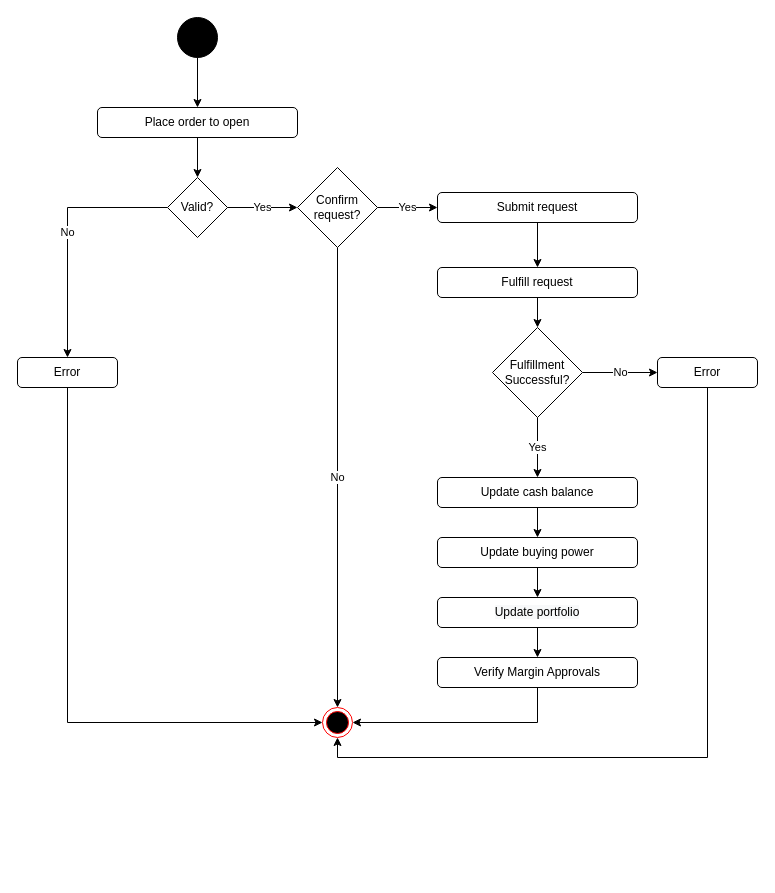
Above: UC2:OpenPosition.drawio in dgboulger/SpoofTraderMarket (draw.io), before the change. Source tidied: cells renumbered, new cells numbered last; positions are measured from the earlier drawing's top-left corner, leaving out a move shared by most shapes. Both pictures are drawn from the tidied source at 100%, with x=0, y=0 at pixel (17, 17).
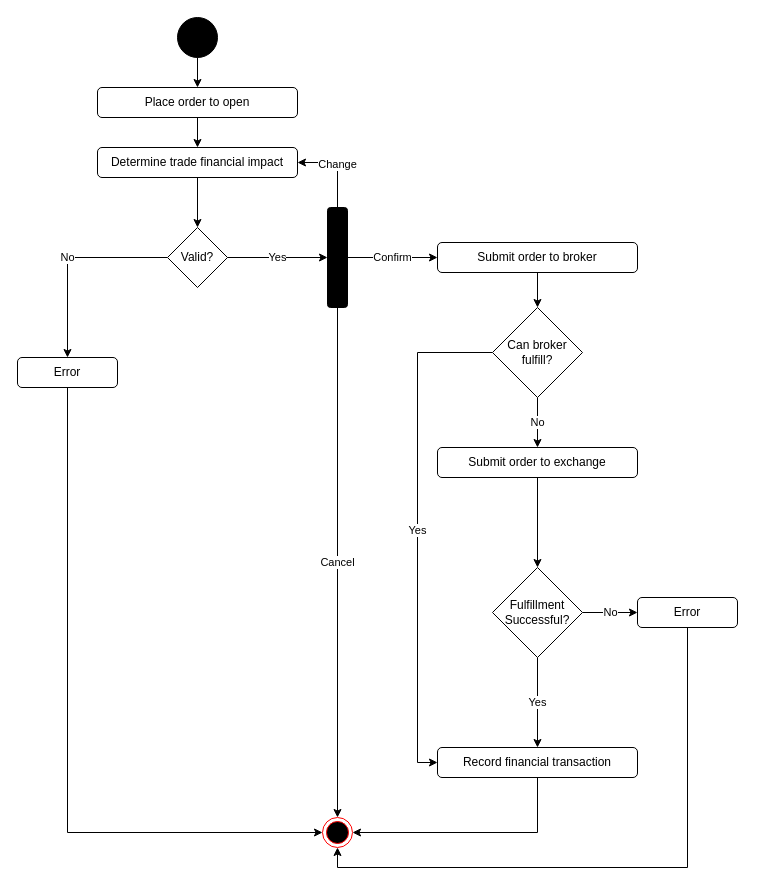
Above is the later version.

Unchanged cells that the change refers to:
```xml
<mxCell id="11" value="Error" style="rounded=1;whiteSpace=wrap;html=1;fillColor=#FFFFFF;" parent="1" vertex="1">
  <mxGeometry y="340" width="100" height="30" as="geometry" />
</mxCell>
```

Diff of the diagram source:
```diff
@@
-    <mxCell id="4" style="edgeStyle=orthogonalEdgeStyle;rounded=0;jettySize=auto;html=1;" parent="1" edge="1" source="5" target="7">
+    <mxCell id="4" style="edgeStyle=orthogonalEdgeStyle;rounded=0;jettySize=auto;html=1;entryX=0.5;entryY=0;entryDx=0;entryDy=0;" parent="1" edge="1" source="5" target="34">
       <mxGeometry relative="1" as="geometry" />
     </mxCell>
     <mxCell id="5" value="Place order to open" style="rounded=1;whiteSpace=wrap;html=1;fillColor=#FFFFFF;" parent="1" vertex="1">
-      <mxGeometry x="80" y="90" width="200" height="30" as="geometry" />
+      <mxGeometry x="80" y="70" width="200" height="30" as="geometry" />
     </mxCell>
@@
     <mxCell id="7" value="Valid?" style="rhombus;whiteSpace=wrap;html=1;fillColor=#FFFFFF;" parent="1" vertex="1">
-      <mxGeometry x="150" y="160" width="60" height="60" as="geometry" />
+      <mxGeometry x="150" y="210" width="60" height="60" as="geometry" />
     </mxCell>
-    <mxCell id="8" style="edgeStyle=orthogonalEdgeStyle;rounded=0;jettySize=auto;html=1;entryX=0.5;entryY=0;entryDx=0;entryDy=0;" parent="1" edge="1" source="14" target="17">
+    <mxCell id="8" style="edgeStyle=orthogonalEdgeStyle;rounded=0;jettySize=auto;html=1;entryX=1;entryY=0.5;entryDx=0;entryDy=0;exitX=0.5;exitY=1;exitDx=0;exitDy=0;" parent="1" edge="1" source="14" target="9">
       <mxGeometry relative="1" as="geometry" />
     </mxCell>
     <mxCell id="9" style="ellipse;html=1;shape=endState;fillColor=#000000;strokeColor=#ff0000;" parent="1" vertex="1">
-      <mxGeometry x="305" y="690" width="30" height="30" as="geometry" />
+      <mxGeometry x="305" y="800" width="30" height="30" as="geometry" />
     </mxCell>
     <mxCell id="10" style="edgeStyle=orthogonalEdgeStyle;rounded=0;jettySize=auto;html=1;entryX=0;entryY=0.5;entryDx=0;entryDy=0;exitX=0.5;exitY=1;exitDx=0;exitDy=0;" parent="1" edge="1" source="11" target="9">
       <mxGeometry relative="1" as="geometry">
         <Array as="points">
-          <mxPoint x="50" y="705" />
+          <mxPoint x="50" y="815" />
         </Array>
       </mxGeometry>
     </mxCell>
@@
-    <mxCell id="12" style="edgeStyle=orthogonalEdgeStyle;rounded=0;jettySize=auto;html=1;entryX=1;entryY=0.5;entryDx=0;entryDy=0;exitX=0.5;exitY=1;exitDx=0;exitDy=0;" parent="1" edge="1" source="15" target="9">
-      <mxGeometry relative="1" as="geometry" />
-    </mxCell>
-    <mxCell id="13" value="Yes" style="edgeStyle=orthogonalEdgeStyle;rounded=0;jettySize=auto;html=1;entryX=0;entryY=0.5;entryDx=0;entryDy=0;endArrow=classic;endFill=1;exitX=1;exitY=0.5;exitDx=0;exitDy=0;" parent="1" edge="1" source="7" target="22">
+    <mxCell id="13" value="Yes" style="edgeStyle=orthogonalEdgeStyle;rounded=0;jettySize=auto;html=1;entryX=0;entryY=0.5;entryDx=0;entryDy=0;endArrow=classic;endFill=1;exitX=1;exitY=0.5;exitDx=0;exitDy=0;" parent="1" edge="1" source="7" target="38">
       <mxGeometry relative="1" as="geometry" />
     </mxCell>
-    <mxCell id="14" value="Update cash balance" style="rounded=1;whiteSpace=wrap;html=1;fillColor=#FFFFFF;" parent="1" vertex="1">
-      <mxGeometry x="420" y="460" width="200" height="30" as="geometry" />
+    <mxCell id="14" value="Record financial transaction" style="rounded=1;whiteSpace=wrap;html=1;fillColor=#FFFFFF;" parent="1" vertex="1">
+      <mxGeometry x="420" y="730" width="200" height="30" as="geometry" />
     </mxCell>
-    <mxCell id="15" value="Verify Margin Approvals" style="rounded=1;whiteSpace=wrap;html=1;fillColor=#FFFFFF;" parent="1" vertex="1">
-      <mxGeometry x="420" y="640" width="200" height="30" as="geometry" />
-    </mxCell>
-    <mxCell id="16" style="edgeStyle=orthogonalEdgeStyle;rounded=0;jettySize=auto;html=1;" parent="1" edge="1" source="17" target="24">
-      <mxGeometry relative="1" as="geometry" />
-    </mxCell>
-    <mxCell id="17" value="Update buying power" style="rounded=1;whiteSpace=wrap;html=1;fillColor=#FFFFFF;" parent="1" vertex="1">
-      <mxGeometry x="420" y="520" width="200" height="30" as="geometry" />
-    </mxCell>
-    <mxCell id="18" style="edgeStyle=orthogonalEdgeStyle;rounded=0;jettySize=auto;html=1;entryX=0.5;entryY=0;entryDx=0;entryDy=0;" parent="1" edge="1" source="19" target="26">
+    <mxCell id="18" style="edgeStyle=orthogonalEdgeStyle;rounded=0;jettySize=auto;html=1;entryX=0.5;entryY=0;entryDx=0;entryDy=0;" parent="1" edge="1" source="19" target="39">
       <mxGeometry relative="1" as="geometry" />
     </mxCell>
-    <mxCell id="19" value="Submit request" style="rounded=1;whiteSpace=wrap;html=1;fillColor=#FFFFFF;" parent="1" vertex="1">
-      <mxGeometry x="420" y="175" width="200" height="30" as="geometry" />
+    <mxCell id="19" value="Submit order to broker" style="rounded=1;whiteSpace=wrap;html=1;fillColor=#FFFFFF;" parent="1" vertex="1">
+      <mxGeometry x="420" y="225" width="200" height="30" as="geometry" />
     </mxCell>
-    <mxCell id="20" value="Yes" style="edgeStyle=orthogonalEdgeStyle;rounded=0;jettySize=auto;html=1;exitX=1;exitY=0.5;exitDx=0;exitDy=0;entryX=0;entryY=0.5;entryDx=0;entryDy=0;" parent="1" edge="1" source="22" target="19">
-      <mxGeometry relative="1" as="geometry" />
-    </mxCell>
-    <mxCell id="21" value="No" style="edgeStyle=orthogonalEdgeStyle;rounded=0;jettySize=auto;html=1;entryX=0.5;entryY=0;entryDx=0;entryDy=0;exitX=0.5;exitY=1;exitDx=0;exitDy=0;" parent="1" edge="1" source="22" target="9">
-      <mxGeometry relative="1" as="geometry" />
-    </mxCell>
-    <mxCell id="22" value="&lt;span&gt;Confirm request?&lt;/span&gt;" style="rhombus;whiteSpace=wrap;html=1;" parent="1" vertex="1">
-      <mxGeometry x="280" y="150" width="80" height="80" as="geometry" />
-    </mxCell>
-    <mxCell id="23" style="edgeStyle=orthogonalEdgeStyle;rounded=0;jettySize=auto;html=1;" parent="1" edge="1" source="24" target="15">
-      <mxGeometry relative="1" as="geometry" />
-    </mxCell>
-    <mxCell id="24" value="&#10;&#10;&lt;span style=&quot;color: rgb(0, 0, 0); font-family: helvetica; font-size: 12px; font-style: normal; font-weight: 400; letter-spacing: normal; text-align: center; text-indent: 0px; text-transform: none; word-spacing: 0px; background-color: rgb(248, 249, 250); display: inline; float: none;&quot;&gt;Update portfolio&lt;/span&gt;&#10;&#10;" style="rounded=1;whiteSpace=wrap;html=1;fillColor=#FFFFFF;" parent="1" vertex="1">
-      <mxGeometry x="420" y="580" width="200" height="30" as="geometry" />
-    </mxCell>
@@
-    <mxCell id="26" value="Fulfill request" style="rounded=1;whiteSpace=wrap;html=1;fillColor=#FFFFFF;" parent="1" vertex="1">
-      <mxGeometry x="420" y="250" width="200" height="30" as="geometry" />
+    <mxCell id="26" value="Submit order to exchange" style="rounded=1;whiteSpace=wrap;html=1;fillColor=#FFFFFF;" parent="1" vertex="1">
+      <mxGeometry x="420" y="430" width="200" height="30" as="geometry" />
     </mxCell>
@@
     <mxCell id="29" value="&lt;span&gt;Fulfillment Successful?&lt;/span&gt;" style="rhombus;whiteSpace=wrap;html=1;" parent="1" vertex="1">
-      <mxGeometry x="475" y="310" width="90" height="90" as="geometry" />
+      <mxGeometry x="475" y="550" width="90" height="90" as="geometry" />
     </mxCell>
-    <mxCell id="30" style="edgeStyle=orthogonalEdgeStyle;rounded=0;orthogonalLoop=1;jettySize=auto;html=1;exitX=0.5;exitY=1;exitDx=0;exitDy=0;" parent="1" edge="1" source="24" target="24">
-      <mxGeometry relative="1" as="geometry" />
-    </mxCell>
@@
     <mxCell id="32" value="Error" style="rounded=1;whiteSpace=wrap;html=1;fillColor=#FFFFFF;" parent="1" vertex="1">
-      <mxGeometry x="640" y="340" width="100" height="30" as="geometry" />
+      <mxGeometry x="620" y="580" width="100" height="30" as="geometry" />
     </mxCell>
+    <mxCell id="33" style="edgeStyle=orthogonalEdgeStyle;rounded=0;jettySize=auto;html=1;entryX=0.5;entryY=0;entryDx=0;entryDy=0;exitX=0.5;exitY=1;exitDx=0;exitDy=0;" parent="1" edge="1" source="34" target="7">
+      <mxGeometry relative="1" as="geometry" />
+    </mxCell>
+    <mxCell id="34" value="Determine trade financial impact" style="rounded=1;whiteSpace=wrap;html=1;fillColor=#FFFFFF;" parent="1" vertex="1">
+      <mxGeometry x="80" y="130" width="200" height="30" as="geometry" />
+    </mxCell>
+    <mxCell id="35" value="Change" style="edgeStyle=orthogonalEdgeStyle;rounded=0;jettySize=auto;html=1;exitX=0.5;exitY=0;exitDx=0;exitDy=0;" parent="1" edge="1" source="38">
+      <mxGeometry relative="1" as="geometry">
+        <mxPoint x="280" y="145" as="targetPoint" />
+        <Array as="points">
+          <mxPoint x="320" y="145" />
+          <mxPoint x="280" y="145" />
+        </Array>
+      </mxGeometry>
+    </mxCell>
+    <mxCell id="36" value="Confirm" style="edgeStyle=orthogonalEdgeStyle;rounded=0;jettySize=auto;html=1;entryX=0;entryY=0.5;entryDx=0;entryDy=0;" parent="1" edge="1" source="38" target="19">
+      <mxGeometry relative="1" as="geometry" />
+    </mxCell>
+    <mxCell id="37" value="Cancel" style="edgeStyle=orthogonalEdgeStyle;rounded=0;jettySize=auto;html=1;entryX=0.5;entryY=0;entryDx=0;entryDy=0;" parent="1" edge="1" source="38" target="9">
+      <mxGeometry relative="1" as="geometry" />
+    </mxCell>
+    <mxCell id="38" style="rounded=1;whiteSpace=wrap;html=1;fillColor=#000000;" parent="1" vertex="1">
+      <mxGeometry x="310" y="190" width="20" height="100" as="geometry" />
+    </mxCell>
+    <mxCell id="21" value="No" style="edgeStyle=orthogonalEdgeStyle;rounded=0;jettySize=auto;html=1;entryX=0.5;entryY=0;entryDx=0;entryDy=0;" parent="1" edge="1" source="39" target="26">
+      <mxGeometry relative="1" as="geometry" />
+    </mxCell>
+    <mxCell id="20" value="Yes" style="edgeStyle=orthogonalEdgeStyle;rounded=0;jettySize=auto;html=1;entryX=0;entryY=0.5;entryDx=0;entryDy=0;" parent="1" edge="1" source="39" target="14">
+      <mxGeometry relative="1" as="geometry">
+        <Array as="points">
+          <mxPoint x="400" y="335" />
+          <mxPoint x="400" y="745" />
+        </Array>
+      </mxGeometry>
+    </mxCell>
+    <mxCell id="39" value="&lt;span&gt;Can broker fulfill?&lt;/span&gt;" style="rhombus;whiteSpace=wrap;html=1;" parent="1" vertex="1">
+      <mxGeometry x="475" y="290" width="90" height="90" as="geometry" />
+    </mxCell>
```
